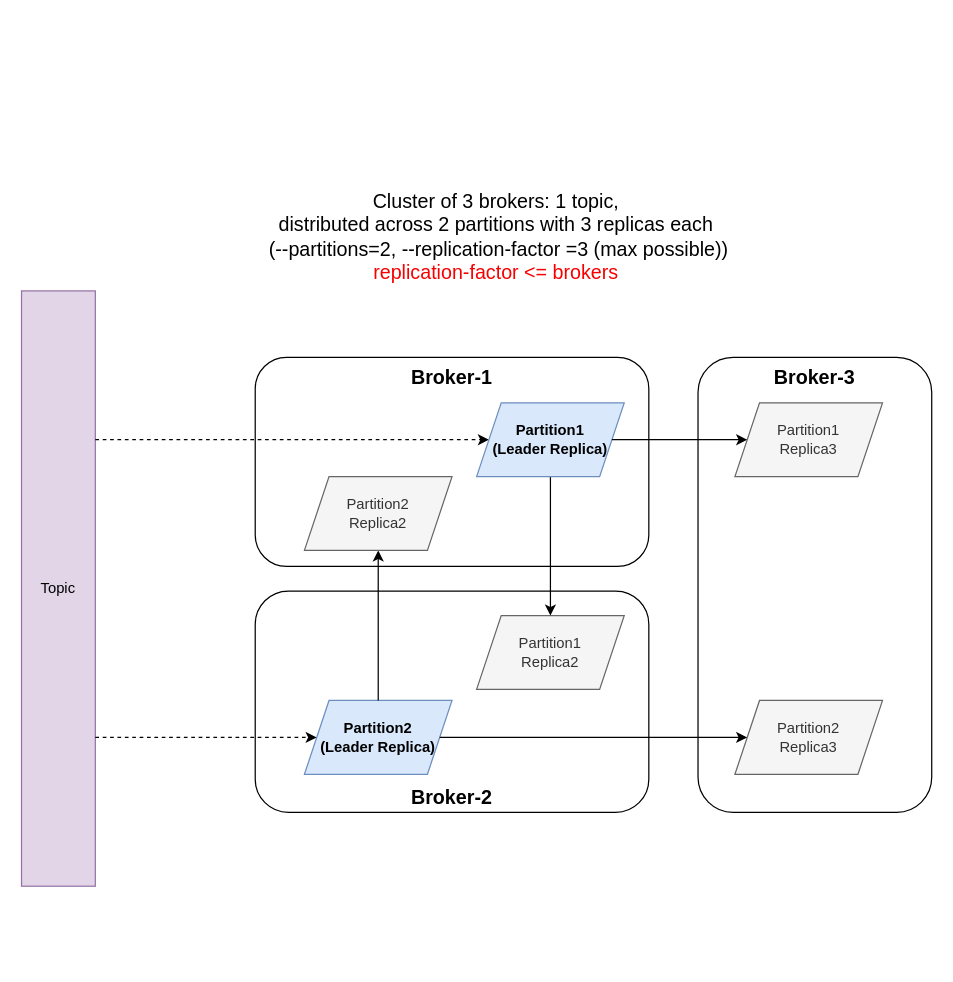
The draw.io diagram kafka.drawio in olezhuravlev/kafka, before the edit. Source tidied: cells renumbered, new cells numbered last; positions are measured from the earlier drawing's top-left corner, leaving out a move shared by most shapes. Both pictures are drawn from the tidied source at 123%, with x=0, y=0 at pixel (21, 181).
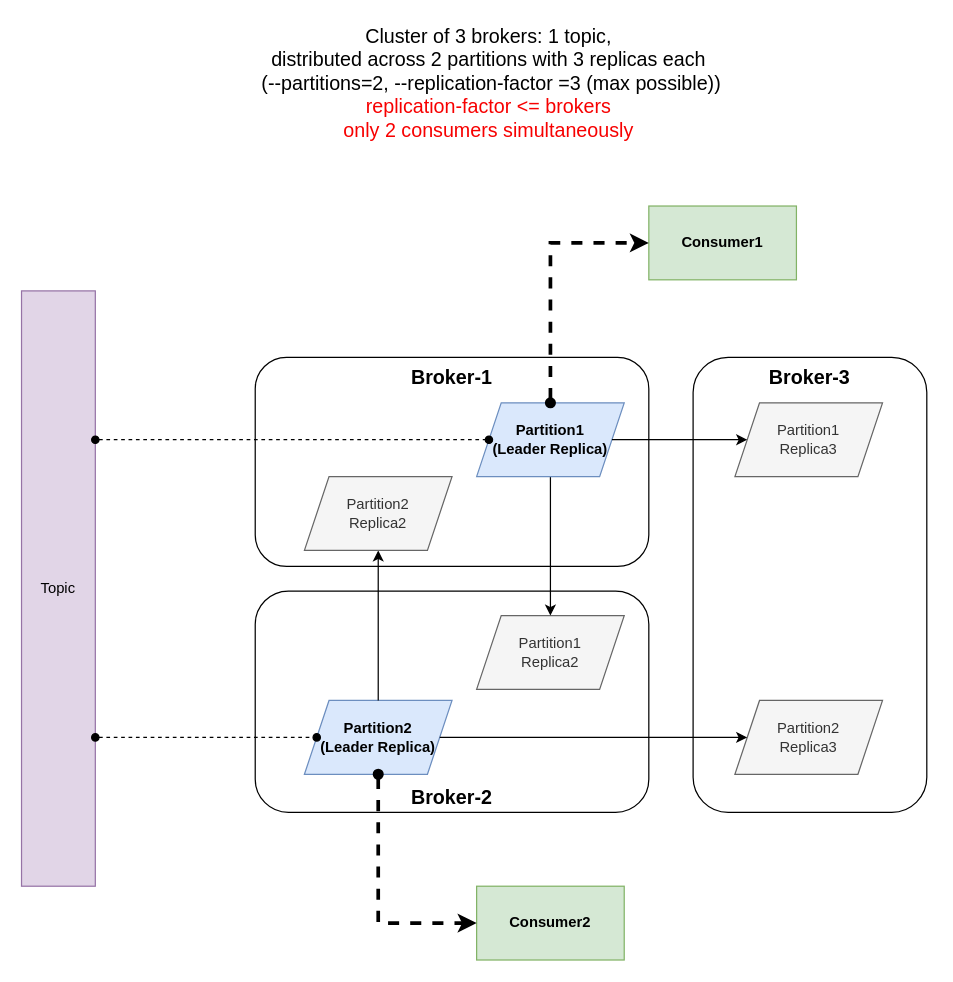
After the change.

Unchanged cells that the change refers to:
```xml
<mxCell id="5" value="Topic" style="rounded=0;whiteSpace=wrap;html=1;fillColor=#e1d5e7;strokeColor=#9673a6;" parent="1" vertex="1">
  <mxGeometry y="89" width="60" height="484" as="geometry" />
</mxCell>
<mxCell id="8" value="Partition2&lt;br&gt;(Leader Replica)" style="shape=parallelogram;perimeter=parallelogramPerimeter;whiteSpace=wrap;html=1;fixedSize=1;fillColor=#dae8fc;strokeColor=#6c8ebf;fontStyle=1;" parent="1" vertex="1">
  <mxGeometry x="230" y="422" width="120" height="60" as="geometry" />
</mxCell>
<mxCell id="12" value="Partition1&lt;br&gt;(Leader Replica)" style="shape=parallelogram;perimeter=parallelogramPerimeter;whiteSpace=wrap;html=1;fixedSize=1;fillColor=#dae8fc;strokeColor=#6c8ebf;fontStyle=1;" parent="1" vertex="1">
  <mxGeometry x="370" y="180" width="120" height="60" as="geometry" />
</mxCell>
```

What changed in the source:
```diff
@@
     <mxCell id="2" value="Broker-3" style="rounded=1;whiteSpace=wrap;html=1;verticalAlign=top;align=center;fontStyle=1;fontSize=16;" parent="1" vertex="1">
-      <mxGeometry x="550" y="143" width="190" height="370" as="geometry" />
+      <mxGeometry x="546" y="143" width="190" height="370" as="geometry" />
     </mxCell>
@@
-    <mxCell id="6" style="endArrow=classic;html=1;rounded=0;exitX=1;exitY=0.25;exitDx=0;exitDy=0;entryX=0;entryY=0.5;entryDx=0;entryDy=0;dashed=1;" parent="1" edge="1" source="5" target="12">
-      <mxGeometry relative="1" as="geometry" />
-    </mxCell>
-    <mxCell id="7" style="endArrow=classic;html=1;rounded=0;exitX=1;exitY=0.75;exitDx=0;exitDy=0;entryX=0;entryY=0.5;entryDx=0;entryDy=0;dashed=1;" parent="1" edge="1" source="5" target="8">
-      <mxGeometry relative="1" as="geometry" />
-    </mxCell>
@@
-    <mxCell id="18" value="Cluster of 3 brokers: 1 topic,&lt;br style=&quot;font-size: 16px;&quot;&gt;distributed across 2 partitions with 3 replicas each&lt;br style=&quot;font-size: 16px;&quot;&gt;&amp;nbsp;(--partitions=2, --replication-factor =3 (max possible))&lt;br style=&quot;font-size: 16px;&quot;&gt;&lt;font color=&quot;#f70000&quot;&gt;replication-factor &amp;lt;= brokers&lt;/font&gt;" style="text;html=1;strokeColor=none;fillColor=none;align=center;verticalAlign=middle;whiteSpace=wrap;rounded=0;fontSize=16;" parent="1" vertex="1">
-      <mxGeometry x="70" width="632" height="89" as="geometry" />
+    <mxCell id="18" value="Cluster of 3 brokers: 1 topic,&lt;br style=&quot;font-size: 16px;&quot;&gt;distributed across 2 partitions with 3 replicas each&lt;br style=&quot;font-size: 16px;&quot;&gt;&amp;nbsp;(--partitions=2, --replication-factor =3 (max possible))&lt;br style=&quot;font-size: 16px;&quot;&gt;&lt;font color=&quot;#f70000&quot;&gt;replication-factor &amp;lt;= brokers&lt;br&gt;only 2 consumers simultaneously&lt;br&gt;&lt;/font&gt;" style="text;html=1;strokeColor=none;fillColor=none;align=center;verticalAlign=middle;whiteSpace=wrap;rounded=0;fontSize=16;" parent="1" vertex="1">
+      <mxGeometry x="64" y="-130" width="632" height="100" as="geometry" />
     </mxCell>
+    <mxCell id="19" value="Consumer2" style="rounded=0;whiteSpace=wrap;html=1;fillColor=#d5e8d4;strokeColor=#82b366;fontStyle=1;" parent="1" vertex="1">
+      <mxGeometry x="370" y="573" width="120" height="60" as="geometry" />
+    </mxCell>
+    <mxCell id="20" value="Consumer1" style="rounded=0;whiteSpace=wrap;html=1;fillColor=#d5e8d4;strokeColor=#82b366;fontStyle=1;" parent="1" vertex="1">
+      <mxGeometry x="510" y="20" width="120" height="60" as="geometry" />
+    </mxCell>
+    <mxCell id="21" style="endArrow=classic;html=1;rounded=0;exitX=0.5;exitY=1;exitDx=0;exitDy=0;entryX=0;entryY=0.5;entryDx=0;entryDy=0;strokeWidth=3;dashed=1;startArrow=oval;startFill=1;" parent="1" edge="1" source="8" target="19">
+      <mxGeometry relative="1" as="geometry">
+        <Array as="points">
+          <mxPoint x="290" y="603" />
+        </Array>
+      </mxGeometry>
+    </mxCell>
+    <mxCell id="22" style="endArrow=classic;html=1;rounded=0;entryX=0;entryY=0.5;entryDx=0;entryDy=0;exitX=0.5;exitY=0;exitDx=0;exitDy=0;strokeWidth=3;dashed=1;startArrow=oval;startFill=1;" parent="1" edge="1" source="12" target="20">
+      <mxGeometry relative="1" as="geometry">
+        <Array as="points">
+          <mxPoint x="430" y="50" />
+        </Array>
+      </mxGeometry>
+    </mxCell>
+    <mxCell id="7" style="endArrow=oval;html=1;rounded=0;exitX=1;exitY=0.75;exitDx=0;exitDy=0;entryX=0;entryY=0.5;entryDx=0;entryDy=0;dashed=1;startArrow=oval;startFill=1;endFill=1;" parent="1" edge="1" source="5" target="8">
+      <mxGeometry relative="1" as="geometry" />
+    </mxCell>
+    <mxCell id="6" style="endArrow=oval;html=1;rounded=0;exitX=1;exitY=0.25;exitDx=0;exitDy=0;entryX=0;entryY=0.5;entryDx=0;entryDy=0;dashed=1;endFill=1;startArrow=oval;startFill=1;" parent="1" edge="1" source="5" target="12">
+      <mxGeometry relative="1" as="geometry" />
+    </mxCell>
```
